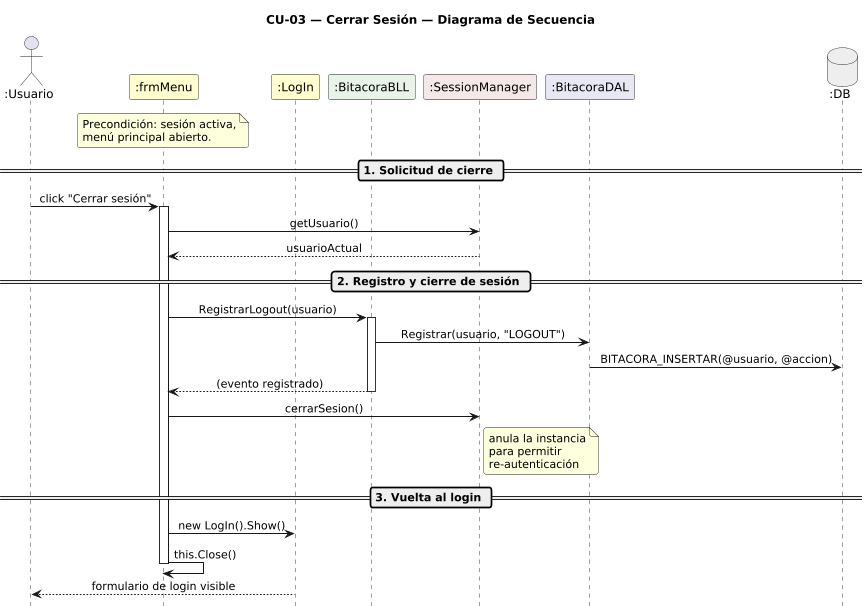
This is DIAGRAMAS/DiagramaSecuencia_CU03_CerrarSesion.png from Jesifu/club-de-vinos-td, a PlantUML export, as it was before one commit. Its source is kept beside it as DIAGRAMAS/DiagramaSecuencia_CU03_CerrarSesion.puml.
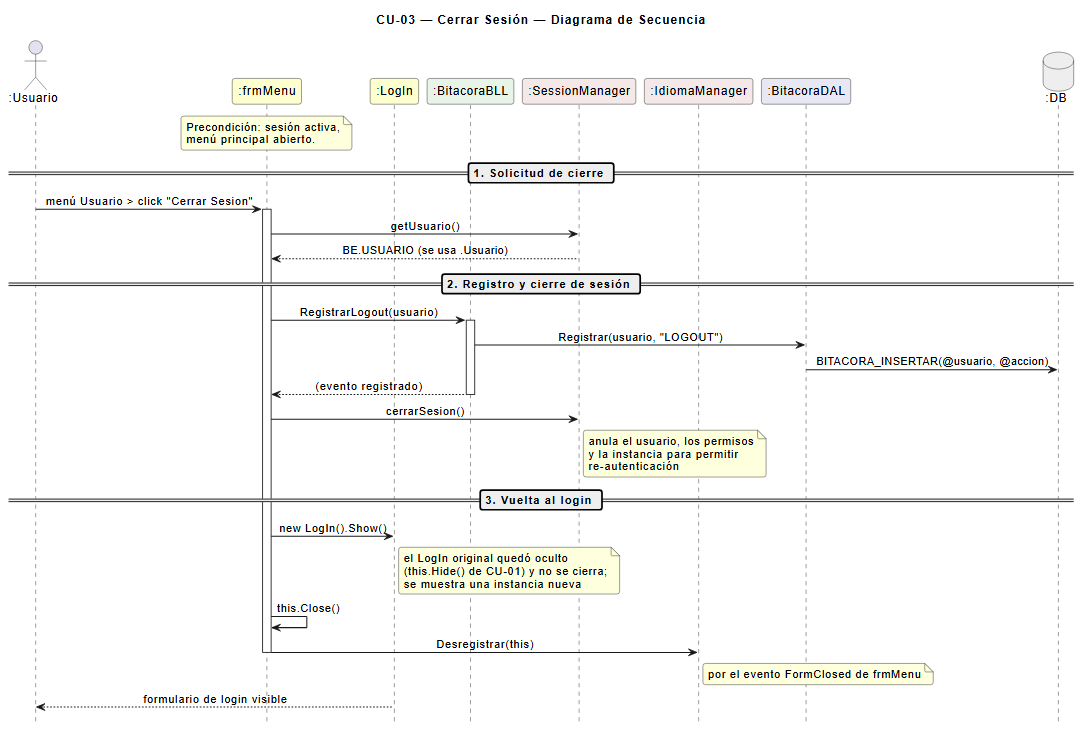
Later version of the same file.

The edit, as a diff of the source:
```diff
@@ -14,6 +14,7 @@
 participant ":LogIn"          as L  #FEFECE
 participant ":BitacoraBLL"    as BB #E8F4E8
 participant ":SessionManager" as SM #F4E8E8
+participant ":IdiomaManager"  as IDM #F4E8E8
 participant ":BitacoraDAL"    as BD #E8E8F4
 database    ":DB"             as DB #EEEEEE
 
@@ -24,11 +25,11 @@
 
 == 1. Solicitud de cierre ==
 
-U -> FM : click "Cerrar sesión"
+U -> FM : menú Usuario > click "Cerrar Sesion"
 activate FM
 
 FM -> SM : getUsuario()
-SM --> FM : usuarioActual
+SM --> FM : BE.USUARIO (se usa .Usuario)
 
 == 2. Registro y cierre de sesión ==
 
@@ -41,15 +42,18 @@
 
 FM -> SM : cerrarSesion()
 note right of SM
-  anula la instancia
-  para permitir
+  anula el usuario, los permisos
+  y la instancia para permitir
   re-autenticación
 end note
 
 == 3. Vuelta al login ==
 
 FM -> L : new LogIn().Show()
+note right of L : el LogIn original quedó oculto\n(this.Hide() de CU-01) y no se cierra;\nse muestra una instancia nueva
 FM -> FM : this.Close()
+FM -> IDM : Desregistrar(this)
+note right of IDM : por el evento FormClosed de frmMenu
 deactivate FM
 
 L --> U : formulario de login visible
```
